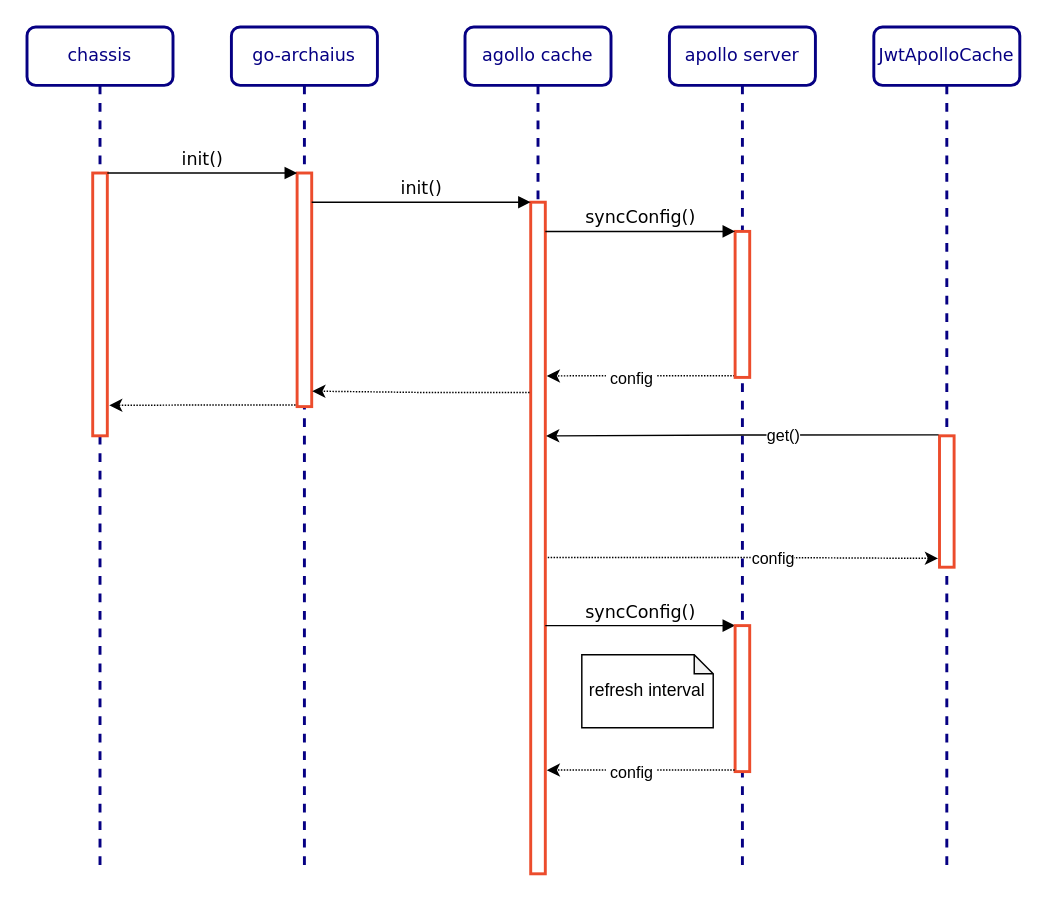
Above: jwt-apollo-sequence.drawio in yindongjun/drawio-2 (draw.io), before the change. Source tidied: cells renumbered, new cells numbered last; positions are measured from the earlier drawing's top-left corner, leaving out a move shared by most shapes. Both pictures are drawn from the tidied source at 146%, with x=0, y=0 at pixel (26, 26).
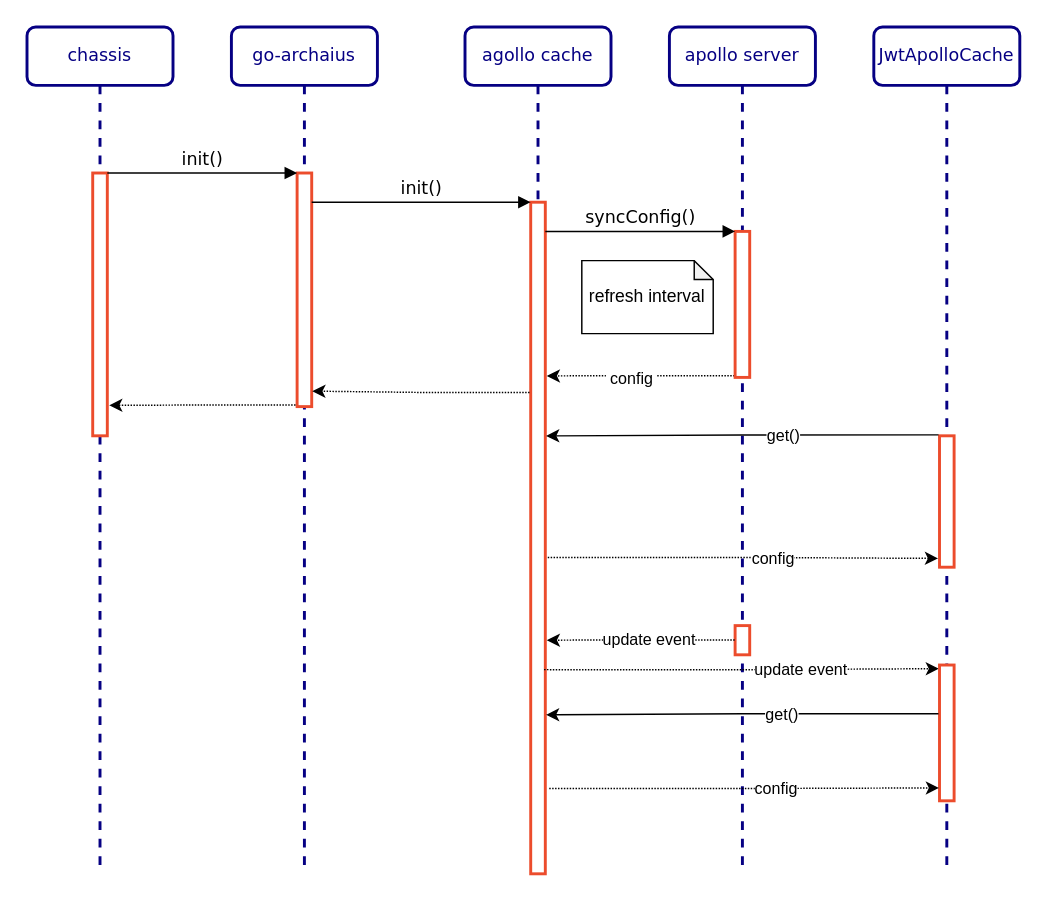
After the change.

Unchanged cells that the change refers to:
```xml
<mxCell id="5" style="html=1;points=[];perimeter=orthogonalPerimeter;rounded=0;shadow=0;comic=0;labelBackgroundColor=none;strokeWidth=2;fontFamily=Verdana;fontSize=12;align=center;strokeColor=#EC4C2C;" parent="4" vertex="1">
  <mxGeometry x="45" y="120" width="10" height="460" as="geometry" />
</mxCell>
<mxCell id="6" value="apollo server" style="shape=umlLifeline;perimeter=lifelinePerimeter;whiteSpace=wrap;html=1;rounded=1;shadow=0;comic=0;labelBackgroundColor=none;strokeWidth=2;fontFamily=Verdana;fontSize=12;align=center;strokeColor=#060083;fontColor=#060083;" parent="1" vertex="1">
  <mxGeometry x="440" width="100" height="580" as="geometry" />
</mxCell>
```

Diff of the diagram source:
```diff
@@
-    <mxCell id="7" value="syncConfig()" style="html=1;verticalAlign=bottom;endArrow=block;labelBackgroundColor=none;fontFamily=Verdana;fontSize=12;edgeStyle=elbowEdgeStyle;elbow=vertical;" parent="6" edge="1" target="8">
-      <mxGeometry relative="1" as="geometry">
-        <mxPoint x="-85" y="410" as="sourcePoint" />
-        <Array as="points">
-          <mxPoint x="-80" y="410" />
-        </Array>
-      </mxGeometry>
-    </mxCell>
     <mxCell id="8" style="html=1;points=[];perimeter=orthogonalPerimeter;rounded=0;shadow=0;comic=0;labelBackgroundColor=none;strokeWidth=2;fontFamily=Verdana;fontSize=12;align=center;strokeColor=#EC4C2C;" parent="6" vertex="1">
-      <mxGeometry x="45" y="410" width="10" height="100" as="geometry" />
+      <mxGeometry x="45" y="410" width="10" height="20" as="geometry" />
     </mxCell>
-    <mxCell id="9" style="edgeStyle=orthogonalEdgeStyle;rounded=0;jettySize=auto;html=1;exitX=-0.033;exitY=0.989;exitDx=0;exitDy=0;exitPerimeter=0;dashed=1;dashPattern=1 1;" parent="6" edge="1" source="8">
+    <mxCell id="9" style="edgeStyle=orthogonalEdgeStyle;rounded=0;orthogonalLoop=1;jettySize=auto;html=1;exitX=-0.033;exitY=0.989;exitDx=0;exitDy=0;exitPerimeter=0;dashed=1;dashPattern=1 1;" parent="6" edge="1">
       <mxGeometry relative="1" as="geometry">
-        <mxPoint x="-84" y="509" as="targetPoint" />
+        <mxPoint x="44.7" y="419.9" as="sourcePoint" />
+        <mxPoint x="-84" y="420" as="targetPoint" />
         <Array as="points">
-          <mxPoint x="-60" y="509" />
-          <mxPoint x="-60" y="509" />
+          <mxPoint x="-60" y="420" />
+          <mxPoint x="-60" y="420" />
         </Array>
       </mxGeometry>
     </mxCell>
-    <mxCell id="10" value="&amp;nbsp;config&amp;nbsp;" style="edgeLabel;html=1;align=center;verticalAlign=middle;" parent="9" vertex="1">
-      <mxGeometry x="0.11" y="2" relative="1" as="geometry" />
+    <mxCell id="10" value="update event" style="edgeLabel;html=1;align=center;verticalAlign=middle;" parent="9" vertex="1">
+      <mxGeometry x="0.11" y="2" relative="1" as="geometry">
+        <mxPoint x="12" y="-2" as="offset" />
+      </mxGeometry>
     </mxCell>
@@
     <mxCell id="27" value="refresh interval" style="shape=note;whiteSpace=wrap;html=1;backgroundOutline=1;darkOpacity=0.05;size=13;" parent="1" vertex="1">
-      <mxGeometry x="380" y="430" width="90" height="50" as="geometry" />
+      <mxGeometry x="380" y="160" width="90" height="50" as="geometry" />
     </mxCell>
+    <mxCell id="28" style="edgeStyle=orthogonalEdgeStyle;rounded=0;jettySize=auto;html=1;entryX=-0.045;entryY=0.477;entryDx=0;entryDy=0;entryPerimeter=0;dashed=1;dashPattern=1 1;fontColor=#FFFFFF;exitX=0.915;exitY=0.696;exitDx=0;exitDy=0;exitPerimeter=0;" parent="1" edge="1" source="5">
+      <mxGeometry relative="1" as="geometry">
+        <mxPoint x="624.6" y="439.5" as="targetPoint" />
+      </mxGeometry>
+    </mxCell>
+    <mxCell id="29" value="&lt;font color=&quot;#000000&quot;&gt;update event&lt;/font&gt;" style="edgeLabel;html=1;align=center;verticalAlign=middle;fontColor=#FFFFFF;" parent="28" vertex="1">
+      <mxGeometry x="0.3" y="-1" relative="1" as="geometry">
+        <mxPoint y="-1" as="offset" />
+      </mxGeometry>
+    </mxCell>
+    <mxCell id="30" style="html=1;points=[];perimeter=orthogonalPerimeter;rounded=0;shadow=0;comic=0;labelBackgroundColor=none;strokeWidth=2;fontFamily=Verdana;fontSize=12;align=center;strokeColor=#EC4C2C;" parent="1" vertex="1">
+      <mxGeometry x="625" y="437" width="10" height="93" as="geometry" />
+    </mxCell>
+    <mxCell id="31" style="edgeStyle=orthogonalEdgeStyle;rounded=0;orthogonalLoop=1;jettySize=auto;html=1;entryX=1.055;entryY=0.348;entryDx=0;entryDy=0;entryPerimeter=0;exitX=-0.071;exitY=-0.007;exitDx=0;exitDy=0;exitPerimeter=0;" parent="1" edge="1">
+      <mxGeometry relative="1" as="geometry">
+        <mxPoint x="624.3" y="470.4" as="sourcePoint" />
+        <mxPoint x="355.5" y="471.1" as="targetPoint" />
+        <Array as="points">
+          <mxPoint x="490" y="470" />
+        </Array>
+      </mxGeometry>
+    </mxCell>
+    <mxCell id="32" value="get()" style="edgeLabel;html=1;align=center;verticalAlign=middle;" parent="31" vertex="1">
+      <mxGeometry x="-0.2" relative="1" as="geometry" />
+    </mxCell>
+    <mxCell id="33" style="edgeStyle=orthogonalEdgeStyle;rounded=0;jettySize=auto;html=1;entryX=-0.035;entryY=0.905;entryDx=0;entryDy=0;entryPerimeter=0;exitX=1.167;exitY=0.529;exitDx=0;exitDy=0;exitPerimeter=0;dashed=1;dashPattern=1 1;" parent="1" edge="1" target="30">
+      <mxGeometry relative="1" as="geometry">
+        <mxPoint x="357.7" y="521.6" as="sourcePoint" />
+        <Array as="points">
+          <mxPoint x="491" y="522" />
+        </Array>
+      </mxGeometry>
+    </mxCell>
+    <mxCell id="34" value="config" style="edgeLabel;html=1;align=center;verticalAlign=middle;" parent="33" vertex="1">
+      <mxGeometry x="0.16" relative="1" as="geometry" />
+    </mxCell>
```
